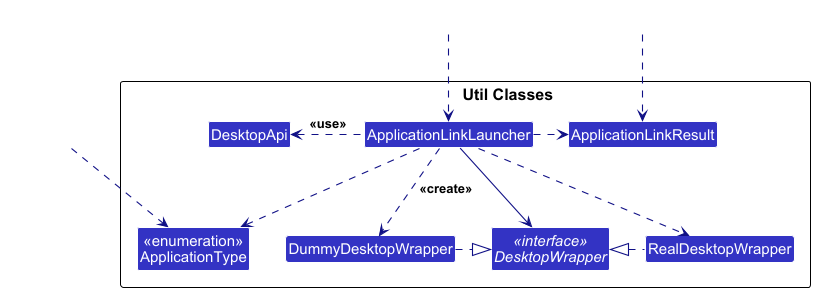
This is docs/images/LogicUtilityClassDiagram.png from Itsdaodao/tp, a PlantUML export, as it was before one commit.
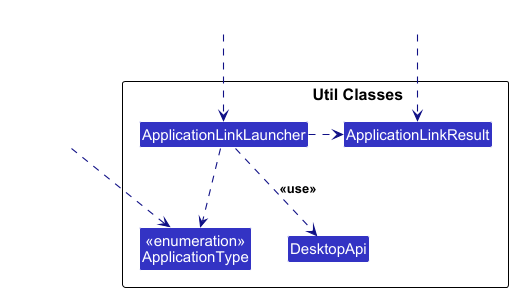
Above is the later version.

Diff of the diagram source:
```diff
@@ -9,9 +9,6 @@
 Class ApplicationLinkLauncher
 Class ApplicationLinkResult
 Class DesktopApi
-Interface "<<interface>>\nDesktopWrapper" as DesktopWrapper
-Class DummyDesktopWrapper
-Class RealDesktopWrapper
 Class "<<enumeration>>\nApplicationType" as ApplicationType
 }
 
@@ -21,12 +18,7 @@
 HideOutside .down.> ApplicationLinkLauncher
 HideOutside2 .down.> ApplicationLinkResult
 ApplicationLinkLauncher .right.> ApplicationLinkResult
-ApplicationLinkLauncher -down-> DesktopWrapper
-ApplicationLinkLauncher .left.> DesktopApi : <<use>>
-ApplicationLinkLauncher .down.> DummyDesktopWrapper : <<create>>
-ApplicationLinkLauncher .down.> RealDesktopWrapper
-DesktopWrapper <|.left. DummyDesktopWrapper
-DesktopWrapper <|.right. RealDesktopWrapper
-ApplicationType <.up. ApplicationLinkLauncher
+ApplicationLinkLauncher .down.> DesktopApi : <<use>>
+ApplicationLinkLauncher .down.> ApplicationType
 HideOutside3 .down.> ApplicationType
 @enduml
```
